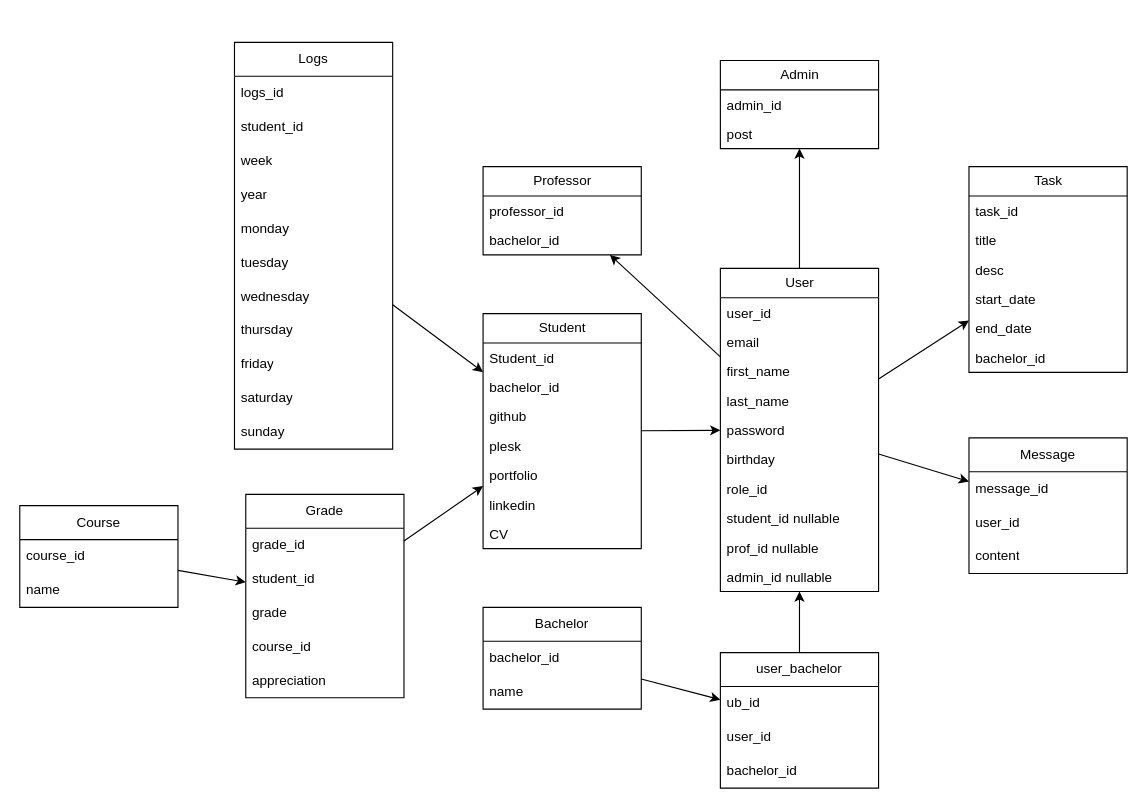
Above: mcd.drawio in augustin-yvon/moonshot (draw.io), before the change. Source tidied: cells renumbered, new cells numbered last; positions are measured from the earlier drawing's top-left corner, leaving out a move shared by most shapes. Both pictures are drawn from the tidied source at 113%, with x=0, y=0 at pixel (19, 42).
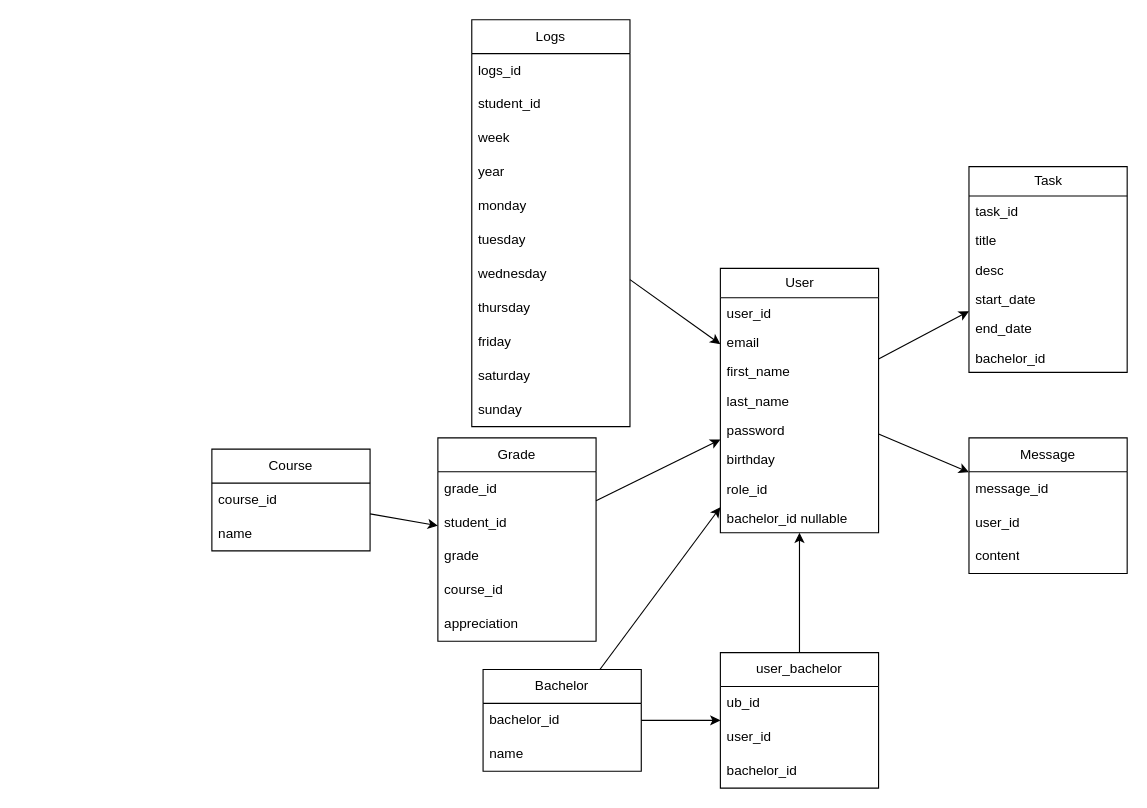
The same page after the edit.

Commit message:
refactorisation user

What changed in the source:
```diff
@@
-    <mxCell id="2" style="edgeStyle=none;html=1;" parent="1" edge="1" source="6" target="17">
-      <mxGeometry relative="1" as="geometry" />
-    </mxCell>
@@
-    <mxCell id="4" style="edgeStyle=none;html=1;startArrow=none;startFill=0;" parent="1" edge="1" source="6" target="27">
-      <mxGeometry relative="1" as="geometry" />
-    </mxCell>
@@
     <mxCell id="6" value="User" style="swimlane;fontStyle=0;horizontal=1;startSize=26;fillColor=none;html=1;" parent="1" vertex="1">
-      <mxGeometry x="620" y="200" width="140" height="286" as="geometry" />
+      <mxGeometry x="620" y="200" width="140" height="234" as="geometry" />
     </mxCell>
@@
-    <mxCell id="14" value="student_id nullable" style="text;strokeColor=none;fillColor=none;align=left;verticalAlign=top;spacingLeft=4;spacingRight=4;overflow=hidden;whiteSpace=wrap;html=1;" parent="6" vertex="1">
+    <mxCell id="14" value="bachelor_id nullable" style="text;strokeColor=none;fillColor=none;align=left;verticalAlign=top;spacingLeft=4;spacingRight=4;overflow=hidden;whiteSpace=wrap;html=1;" parent="6" vertex="1">
       <mxGeometry y="208" width="140" height="26" as="geometry" />
     </mxCell>
-    <mxCell id="15" value="prof_id nullable" style="text;strokeColor=none;fillColor=none;align=left;verticalAlign=top;spacingLeft=4;spacingRight=4;overflow=hidden;whiteSpace=wrap;html=1;" parent="6" vertex="1">
-      <mxGeometry y="234" width="140" height="26" as="geometry" />
-    </mxCell>
-    <mxCell id="16" value="admin_id nullable" style="text;strokeColor=none;fillColor=none;align=left;verticalAlign=top;spacingLeft=4;spacingRight=4;overflow=hidden;whiteSpace=wrap;html=1;" parent="6" vertex="1">
-      <mxGeometry y="260" width="140" height="26" as="geometry" />
-    </mxCell>
-    <mxCell id="17" value="Admin" style="swimlane;fontStyle=0;horizontal=1;startSize=26;fillColor=none;html=1;" parent="1" vertex="1">
-      <mxGeometry x="620" y="16" width="140" height="78" as="geometry" />
-    </mxCell>
-    <mxCell id="18" value="admin_id" style="text;strokeColor=none;fillColor=none;align=left;verticalAlign=top;spacingLeft=4;spacingRight=4;overflow=hidden;whiteSpace=wrap;html=1;" parent="17" vertex="1">
-      <mxGeometry y="26" width="140" height="26" as="geometry" />
-    </mxCell>
-    <mxCell id="19" value="post" style="text;strokeColor=none;fillColor=none;align=left;verticalAlign=top;spacingLeft=4;spacingRight=4;overflow=hidden;whiteSpace=wrap;html=1;" parent="17" vertex="1">
-      <mxGeometry y="52" width="140" height="26" as="geometry" />
-    </mxCell>
@@
-    <mxCell id="27" value="Professor" style="swimlane;fontStyle=0;horizontal=1;startSize=26;fillColor=none;html=1;" parent="1" vertex="1">
-      <mxGeometry x="410" y="110" width="140" height="78" as="geometry" />
-    </mxCell>
-    <mxCell id="28" value="professor_id" style="text;strokeColor=none;fillColor=none;align=left;verticalAlign=top;spacingLeft=4;spacingRight=4;overflow=hidden;whiteSpace=wrap;html=1;" parent="27" vertex="1">
-      <mxGeometry y="26" width="140" height="26" as="geometry" />
-    </mxCell>
-    <mxCell id="29" value="bachelor_id" style="text;strokeColor=none;fillColor=none;align=left;verticalAlign=top;spacingLeft=4;spacingRight=4;overflow=hidden;whiteSpace=wrap;html=1;" parent="27" vertex="1">
-      <mxGeometry y="52" width="140" height="26" as="geometry" />
-    </mxCell>
-    <mxCell id="30" style="edgeStyle=none;html=1;" parent="1" edge="1" source="31" target="6">
-      <mxGeometry relative="1" as="geometry" />
-    </mxCell>
-    <mxCell id="31" value="Student" style="swimlane;fontStyle=0;horizontal=1;startSize=26;fillColor=none;html=1;" parent="1" vertex="1">
-      <mxGeometry x="410" y="240" width="140" height="208" as="geometry" />
-    </mxCell>
-    <mxCell id="32" value="Student_id" style="text;strokeColor=none;fillColor=none;align=left;verticalAlign=top;spacingLeft=4;spacingRight=4;overflow=hidden;whiteSpace=wrap;html=1;" parent="31" vertex="1">
-      <mxGeometry y="26" width="140" height="26" as="geometry" />
-    </mxCell>
-    <mxCell id="33" value="bachelor_id" style="text;strokeColor=none;fillColor=none;align=left;verticalAlign=top;spacingLeft=4;spacingRight=4;overflow=hidden;whiteSpace=wrap;html=1;" parent="31" vertex="1">
-      <mxGeometry y="52" width="140" height="26" as="geometry" />
-    </mxCell>
-    <mxCell id="34" value="github" style="text;strokeColor=none;fillColor=none;align=left;verticalAlign=top;spacingLeft=4;spacingRight=4;overflow=hidden;whiteSpace=wrap;html=1;" parent="31" vertex="1">
-      <mxGeometry y="78" width="140" height="26" as="geometry" />
-    </mxCell>
-    <mxCell id="35" value="plesk" style="text;strokeColor=none;fillColor=none;align=left;verticalAlign=top;spacingLeft=4;spacingRight=4;overflow=hidden;whiteSpace=wrap;html=1;" parent="31" vertex="1">
-      <mxGeometry y="104" width="140" height="26" as="geometry" />
-    </mxCell>
-    <mxCell id="36" value="portfolio" style="text;strokeColor=none;fillColor=none;align=left;verticalAlign=top;spacingLeft=4;spacingRight=4;overflow=hidden;whiteSpace=wrap;html=1;" parent="31" vertex="1">
-      <mxGeometry y="130" width="140" height="26" as="geometry" />
-    </mxCell>
-    <mxCell id="37" value="linkedin" style="text;strokeColor=none;fillColor=none;align=left;verticalAlign=top;spacingLeft=4;spacingRight=4;overflow=hidden;whiteSpace=wrap;html=1;" parent="31" vertex="1">
-      <mxGeometry y="156" width="140" height="26" as="geometry" />
-    </mxCell>
-    <mxCell id="38" value="CV" style="text;strokeColor=none;fillColor=none;align=left;verticalAlign=top;spacingLeft=4;spacingRight=4;overflow=hidden;whiteSpace=wrap;html=1;" parent="31" vertex="1">
-      <mxGeometry y="182" width="140" height="26" as="geometry" />
-    </mxCell>
@@
+    <mxCell id="76" style="edgeStyle=none;html=1;" parent="1" edge="1" source="40" target="6">
+      <mxGeometry relative="1" as="geometry" />
+    </mxCell>
     <mxCell id="40" value="Bachelor" style="swimlane;fontStyle=0;horizontal=1;startSize=30;whiteSpace=wrap;html=1;" parent="1" vertex="1">
-      <mxGeometry x="410" y="500" width="140" height="90" as="geometry" />
+      <mxGeometry x="410" y="555" width="140" height="90" as="geometry" />
     </mxCell>
@@
-    <mxCell id="48" style="edgeStyle=none;html=1;" parent="1" edge="1" source="49" target="31">
+    <mxCell id="48" style="edgeStyle=none;html=1;" parent="1" edge="1" source="49" target="6">
       <mxGeometry relative="1" as="geometry" />
     </mxCell>
     <mxCell id="49" value="Logs" style="swimlane;fontStyle=0;horizontal=1;startSize=30;whiteSpace=wrap;html=1;" parent="1" vertex="1">
-      <mxGeometry x="190" width="140" height="360" as="geometry" />
+      <mxGeometry x="400" y="-20" width="140" height="360" as="geometry" />
     </mxCell>
@@
-    <mxCell id="61" style="edgeStyle=none;html=1;" parent="1" edge="1" source="62" target="31">
+    <mxCell id="61" style="edgeStyle=none;html=1;" parent="1" edge="1" source="62" target="6">
       <mxGeometry relative="1" as="geometry" />
     </mxCell>
     <mxCell id="62" value="Grade" style="swimlane;fontStyle=0;horizontal=1;startSize=30;whiteSpace=wrap;html=1;" parent="1" vertex="1">
-      <mxGeometry x="200" y="400" width="140" height="180" as="geometry" />
+      <mxGeometry x="370" y="350" width="140" height="180" as="geometry" />
     </mxCell>
@@
     <mxCell id="69" value="Course" style="swimlane;fontStyle=0;horizontal=1;startSize=30;whiteSpace=wrap;html=1;" parent="1" vertex="1">
-      <mxGeometry y="410" width="140" height="90" as="geometry" />
+      <mxGeometry x="170" y="360" width="140" height="90" as="geometry" />
     </mxCell>
```
